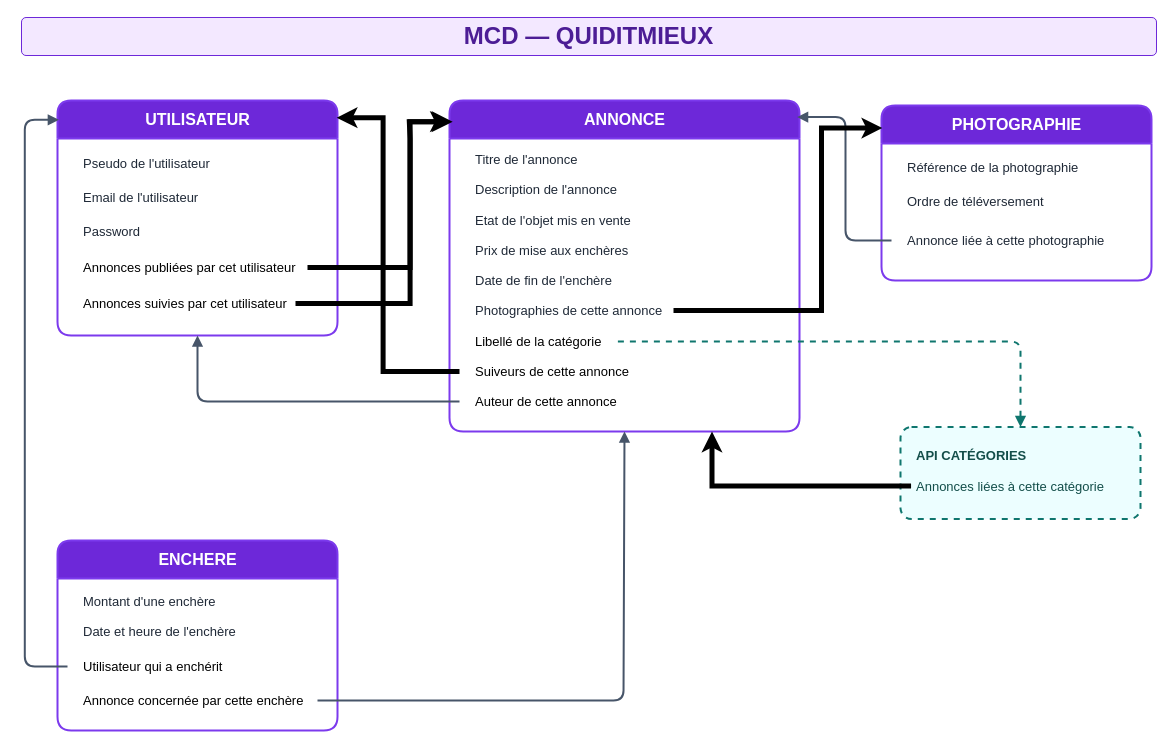
Before: documents/conceptualisation/Modèles de données/MCD.drawio in anthonylepichon/quiditmieux, a draw.io diagram. Source tidied: cells renumbered, new cells numbered last; positions are measured from the earlier drawing's top-left corner, leaving out a move shared by most shapes. Both pictures are drawn from the tidied source at 100%, with x=0, y=0 at pixel (21, 17).
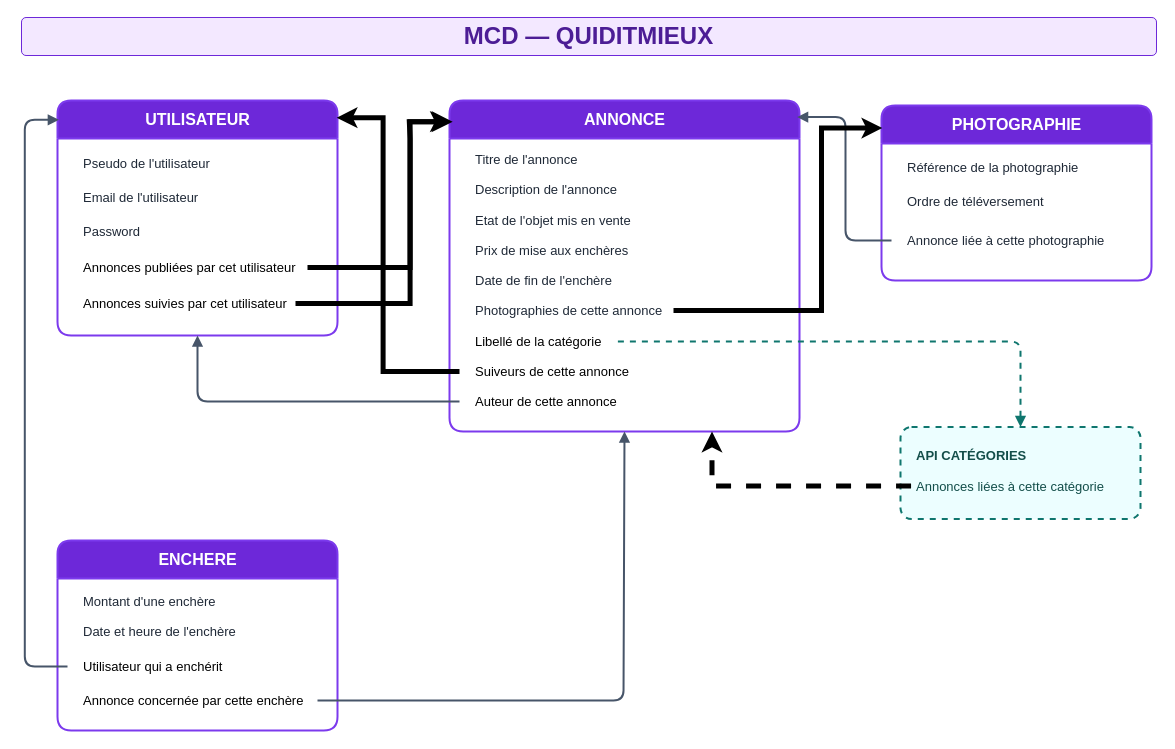
The same page after the edit.

Commit message:
Modifier MCD

The change refers to these unchanged cells:
```xml
<mxCell id="9" value="ANNONCE" style="swimlane;html=1;startSize=38;horizontal=1;rounded=1;arcSize=12;fillColor=#6d28d9;swimlaneFillColor=#ffffff;strokeColor=#7c3aed;strokeWidth=2;fontColor=#ffffff;fontStyle=1;fontSize=16;" parent="1" vertex="1">
  <mxGeometry x="428" y="83" width="350" height="331" as="geometry" />
</mxCell>
<mxCell id="28" value="&lt;b&gt;API CATÉGORIES&lt;/b&gt;&lt;br&gt;&lt;br&gt;Annonces liées à cette catégorie" style="rounded=1;arcSize=12;whiteSpace=wrap;html=1;strokeColor=#0f766e;strokeWidth=2;dashed=1;fillColor=#ecfeff;fontColor=#134e4a;fontSize=13;align=left;verticalAlign=top;spacingTop=14;spacingLeft=14;spacingRight=14;" parent="1" vertex="1">
  <mxGeometry x="879" y="409.5" width="240" height="92" as="geometry" />
</mxCell>
```

The edit, as a diff of the source:
```diff
@@
-    <mxCell id="38" style="edgeStyle=orthogonalEdgeStyle;shape=connector;curved=0;rounded=0;jettySize=auto;html=1;entryX=0.75;entryY=1;entryDx=0;entryDy=0;strokeColor=default;strokeWidth=5;align=center;verticalAlign=middle;fontFamily=Helvetica;fontSize=11;fontColor=default;labelBackgroundColor=default;startSize=5;endArrow=classic;endSize=5;exitX=0.044;exitY=0.642;exitDx=0;exitDy=0;exitPerimeter=0;" parent="1" edge="1" source="28" target="9">
+    <mxCell id="38" style="edgeStyle=orthogonalEdgeStyle;shape=connector;curved=0;rounded=0;jettySize=auto;html=1;entryX=0.75;entryY=1;entryDx=0;entryDy=0;strokeColor=default;strokeWidth=5;align=center;verticalAlign=middle;fontFamily=Helvetica;fontSize=11;fontColor=default;labelBackgroundColor=default;startSize=5;endArrow=classic;endSize=5;exitX=0.044;exitY=0.642;exitDx=0;exitDy=0;exitPerimeter=0;dashed=1;" parent="1" edge="1" source="28" target="9">
       <mxGeometry relative="1" as="geometry">
         <Array as="points">
           <mxPoint x="690.5" y="468.6" />
         </Array>
       </mxGeometry>
     </mxCell>
```
